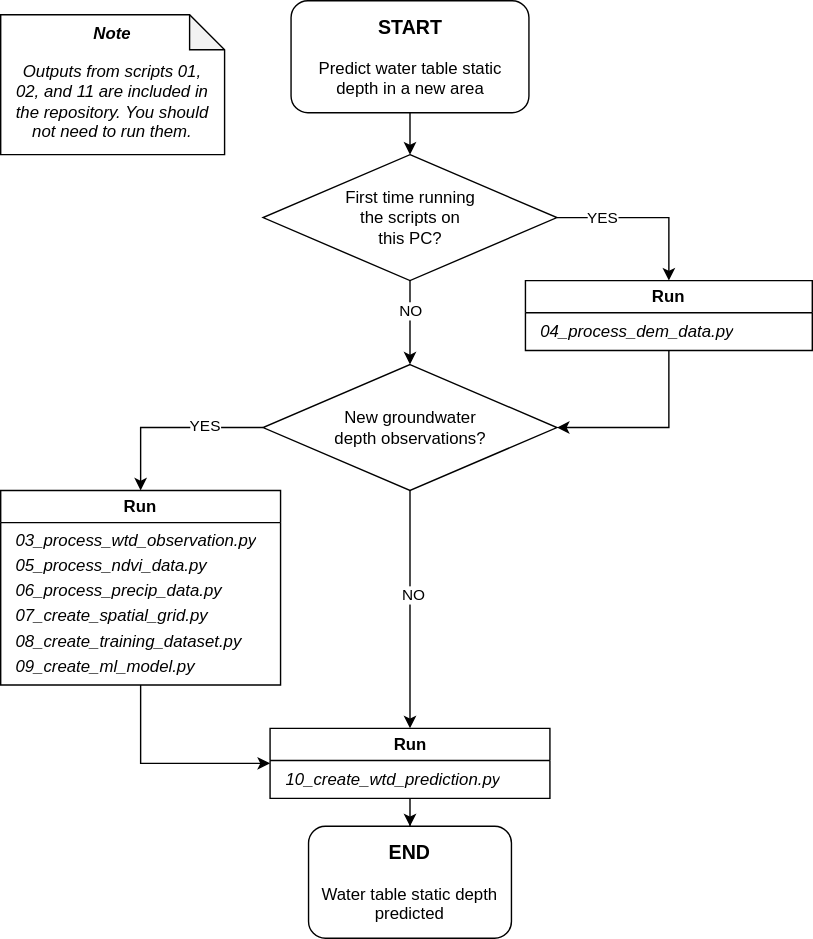
This is docs/chart_scripts_usage.drawio.svg from geo-stack/hydrodepthml, a draw.io export, as it was before one commit. Source tidied: cells renumbered, new cells last; positions are measured from the earlier drawing's top-left corner, leaving out a move shared by most shapes. Its diagram source:
```xml
<mxGraphModel>
  <root>
    <mxCell id="0" />
    <mxCell id="1" parent="0" />
    <mxCell id="2" style="edgeStyle=orthogonalEdgeStyle;rounded=0;jettySize=auto;html=1;exitX=0.5;exitY=1;exitDx=0;exitDy=0;entryX=0.5;entryY=0;entryDx=0;entryDy=0;" parent="1" edge="1" source="4" target="9">
      <mxGeometry relative="1" as="geometry" />
    </mxCell>
    <mxCell id="3" style="edgeStyle=orthogonalEdgeStyle;rounded=0;jettySize=auto;html=1;entryX=1;entryY=0.5;entryDx=0;entryDy=0;exitX=0.5;exitY=1;exitDx=0;exitDy=0;" parent="1" edge="1" source="21" target="12">
      <mxGeometry relative="1" as="geometry" />
    </mxCell>
    <mxCell id="4" value="&lt;b&gt;&lt;font style=&quot;font-size: 14px;&quot;&gt;START&lt;/font&gt;&lt;/b&gt;&lt;div&gt;&lt;br&gt;&lt;/div&gt;&lt;div&gt;Predict water table static&lt;/div&gt;&lt;div&gt;depth in a new area&lt;/div&gt;" style="rounded=1;whiteSpace=wrap;html=1;" parent="1" vertex="1">
      <mxGeometry x="207.5" width="170" height="80" as="geometry" />
    </mxCell>
    <mxCell id="5" style="edgeStyle=orthogonalEdgeStyle;rounded=0;jettySize=auto;html=1;entryX=0.5;entryY=0;entryDx=0;entryDy=0;exitX=1;exitY=0.5;exitDx=0;exitDy=0;" parent="1" edge="1" source="9" target="21">
      <mxGeometry relative="1" as="geometry" />
    </mxCell>
    <mxCell id="6" value="YES" style="edgeLabel;html=1;align=center;verticalAlign=middle;" parent="5" vertex="1">
      <mxGeometry x="-0.49" y="1" relative="1" as="geometry" />
    </mxCell>
    <mxCell id="7" style="edgeStyle=orthogonalEdgeStyle;rounded=0;jettySize=auto;html=1;" parent="1" edge="1" source="9" target="12">
      <mxGeometry relative="1" as="geometry" />
    </mxCell>
    <mxCell id="8" value="NO" style="edgeLabel;html=1;align=center;verticalAlign=middle;" parent="7" vertex="1">
      <mxGeometry x="-0.3" relative="1" as="geometry" />
    </mxCell>
    <mxCell id="9" value="First time running&lt;div&gt;the scripts on&lt;/div&gt;&lt;div&gt;this PC?&lt;/div&gt;" style="rhombus;whiteSpace=wrap;html=1;" parent="1" vertex="1">
      <mxGeometry x="187.5" y="110" width="210" height="90" as="geometry" />
    </mxCell>
    <mxCell id="10" style="edgeStyle=orthogonalEdgeStyle;rounded=0;jettySize=auto;html=1;entryX=0.5;entryY=0;entryDx=0;entryDy=0;" parent="1" edge="1" source="12" target="17">
      <mxGeometry relative="1" as="geometry" />
    </mxCell>
    <mxCell id="11" value="NO" style="edgeLabel;html=1;align=center;verticalAlign=middle;" parent="10" vertex="1">
      <mxGeometry x="-0.13" y="2" relative="1" as="geometry" />
    </mxCell>
    <mxCell id="12" value="New groundwater&lt;div&gt;depth observations?&lt;/div&gt;" style="rhombus;whiteSpace=wrap;html=1;" parent="1" vertex="1">
      <mxGeometry x="187.5" y="260" width="210" height="90" as="geometry" />
    </mxCell>
    <mxCell id="13" style="edgeStyle=orthogonalEdgeStyle;rounded=0;jettySize=auto;html=1;entryX=0;entryY=0.5;entryDx=0;entryDy=0;" parent="1" edge="1" source="14" target="17">
      <mxGeometry relative="1" as="geometry" />
    </mxCell>
    <mxCell id="14" value="Run" style="swimlane;whiteSpace=wrap;html=1;" parent="1" vertex="1">
      <mxGeometry y="350" width="200" height="139" as="geometry" />
    </mxCell>
    <mxCell id="15" value="&lt;div style=&quot;line-height: 150%;&quot;&gt;&lt;div&gt;&lt;i&gt;03_process_wtd_observation.py&lt;/i&gt;&lt;/div&gt;&lt;div&gt;&lt;i&gt;05_process_ndvi_data.py&lt;/i&gt;&lt;/div&gt;&lt;div&gt;&lt;i&gt;06_process_precip_data.py&lt;/i&gt;&lt;/div&gt;&lt;div&gt;&lt;i&gt;07_create_spatial_grid.py&lt;/i&gt;&lt;/div&gt;&lt;div&gt;&lt;i&gt;08_create_training_dataset.py&lt;/i&gt;&lt;/div&gt;&lt;div&gt;&lt;i&gt;09_create_ml_model.py&lt;/i&gt;&lt;/div&gt;&lt;/div&gt;" style="text;strokeColor=none;fillColor=none;align=left;verticalAlign=middle;spacingLeft=4;spacingRight=4;overflow=hidden;whiteSpace=wrap;html=1;" parent="14" vertex="1">
      <mxGeometry x="5" y="21" width="190" height="118" as="geometry" />
    </mxCell>
    <mxCell id="16" style="edgeStyle=orthogonalEdgeStyle;rounded=0;jettySize=auto;html=1;entryX=0.5;entryY=0;entryDx=0;entryDy=0;" parent="1" edge="1" source="17" target="23">
      <mxGeometry relative="1" as="geometry" />
    </mxCell>
    <mxCell id="17" value="Run" style="swimlane;whiteSpace=wrap;html=1;" parent="1" vertex="1">
      <mxGeometry x="192.5" y="520" width="200" height="50" as="geometry" />
    </mxCell>
    <mxCell id="18" value="&lt;div style=&quot;&quot;&gt;&lt;span style=&quot;text-align: center;&quot;&gt;&lt;i&gt;10_create_wtd_prediction.py&lt;/i&gt;&lt;/span&gt;&lt;/div&gt;" style="text;strokeColor=none;fillColor=none;align=left;verticalAlign=middle;spacingLeft=4;spacingRight=4;overflow=hidden;whiteSpace=wrap;html=1;" parent="17" vertex="1">
      <mxGeometry x="5" y="27" width="190" height="20" as="geometry" />
    </mxCell>
    <mxCell id="19" style="edgeStyle=orthogonalEdgeStyle;rounded=0;jettySize=auto;html=1;entryX=0.5;entryY=0;entryDx=0;entryDy=0;exitX=0;exitY=0.5;exitDx=0;exitDy=0;" parent="1" edge="1" source="12" target="14">
      <mxGeometry relative="1" as="geometry" />
    </mxCell>
    <mxCell id="20" value="YES" style="edgeLabel;html=1;align=center;verticalAlign=middle;" parent="19" vertex="1">
      <mxGeometry x="-0.37" y="-2" relative="1" as="geometry" />
    </mxCell>
    <mxCell id="21" value="Run" style="swimlane;whiteSpace=wrap;html=1;" parent="1" vertex="1">
      <mxGeometry x="375" y="200" width="205" height="50" as="geometry" />
    </mxCell>
    <mxCell id="22" value="&lt;div style=&quot;&quot;&gt;&lt;span style=&quot;text-align: center;&quot;&gt;&lt;i&gt;04_process_dem_data.py&lt;/i&gt;&lt;/span&gt;&lt;/div&gt;" style="text;strokeColor=none;fillColor=none;align=left;verticalAlign=middle;spacingLeft=4;spacingRight=4;overflow=hidden;whiteSpace=wrap;html=1;" parent="21" vertex="1">
      <mxGeometry x="5" y="27" width="190" height="20" as="geometry" />
    </mxCell>
    <mxCell id="23" value="&lt;b&gt;&lt;font style=&quot;font-size: 14px;&quot;&gt;END&lt;/font&gt;&lt;/b&gt;&lt;div&gt;&lt;br&gt;&lt;/div&gt;&lt;div&gt;Water table static depth predicted&lt;/div&gt;" style="rounded=1;whiteSpace=wrap;html=1;" parent="1" vertex="1">
      <mxGeometry x="220" y="590" width="145" height="80" as="geometry" />
    </mxCell>
    <mxCell id="24" style="group;" parent="1" vertex="1">
      <mxGeometry y="10" width="160" height="100" as="geometry" />
    </mxCell>
    <mxCell id="25" value="&lt;div&gt;&lt;i&gt;&lt;b&gt;&lt;font&gt;Note&lt;/font&gt;&lt;/b&gt;&lt;/i&gt;&lt;/div&gt;&lt;i&gt;&lt;div&gt;&lt;i&gt;&lt;br&gt;&lt;/i&gt;&lt;/div&gt;&lt;div&gt;&lt;i&gt;&lt;br&gt;&lt;/i&gt;&lt;/div&gt;&lt;div&gt;&lt;i&gt;&lt;br&gt;&lt;/i&gt;&lt;/div&gt;&lt;div&gt;&lt;i&gt;&lt;br&gt;&lt;/i&gt;&lt;/div&gt;&lt;div&gt;&lt;br&gt;&lt;/div&gt;&lt;/i&gt;" style="shape=note;whiteSpace=wrap;html=1;backgroundOutline=1;darkOpacity=0.05;size=25;" parent="24" vertex="1">
      <mxGeometry width="160" height="100" as="geometry" />
    </mxCell>
    <mxCell id="26" value="&lt;i style=&quot;forced-color-adjust: none; color: light-dark(rgb(0, 0, 0), rgb(255, 255, 255)); font-family: Helvetica; font-size: 12px; font-variant-ligatures: normal; font-variant-caps: normal; font-weight: 400; letter-spacing: normal; orphans: 2; text-indent: 0px; text-transform: none; widows: 2; word-spacing: 0px; -webkit-text-stroke-width: 0px; white-space: normal; background-color: transparent; text-decoration-thickness: initial; text-decoration-style: initial; text-decoration-color: initial;&quot;&gt;Outputs from scripts 01, 02, and 11 are included in the repository. You should not need to run them.&lt;/i&gt;" style="text;whiteSpace=wrap;html=1;align=center;" parent="24" vertex="1">
      <mxGeometry x="10" y="27" width="140" height="70" as="geometry" />
    </mxCell>
  </root>
</mxGraphModel>
```
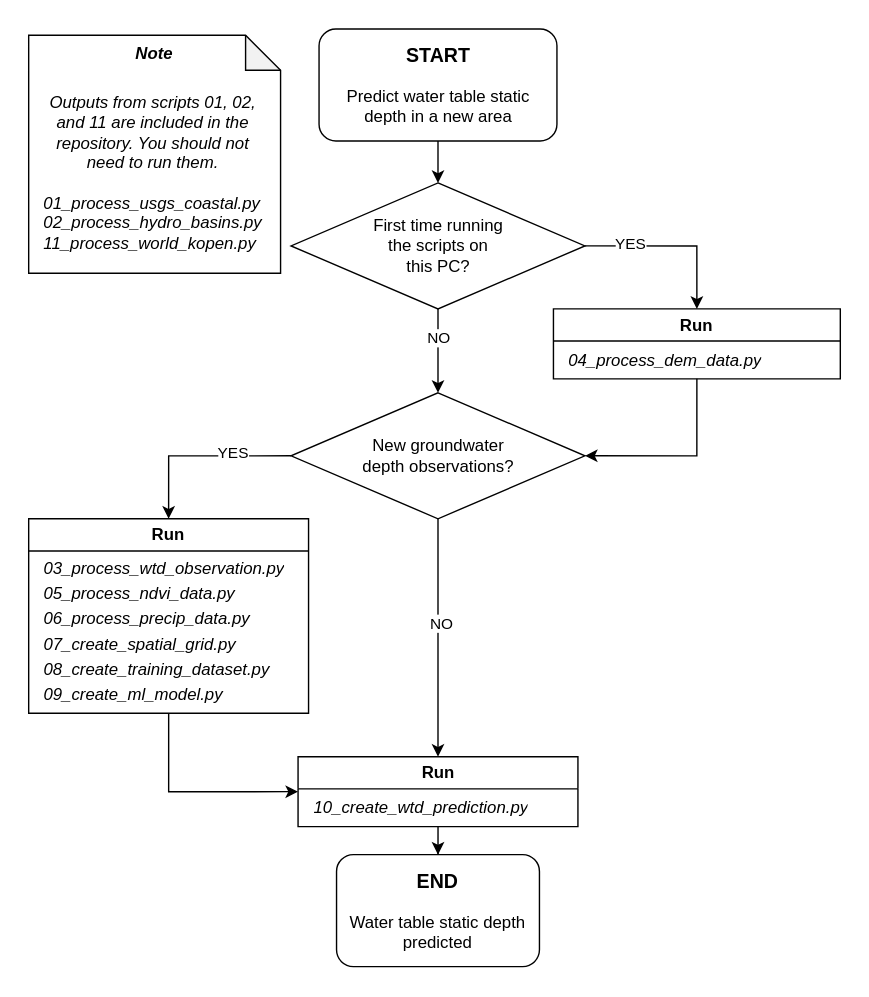
Above is the later version.

Commit message:
Update workflow diagram

Change to the diagram source:
```diff
@@ -14,24 +14,24 @@
     <mxCell id="5" style="edgeStyle=orthogonalEdgeStyle;rounded=0;jettySize=auto;html=1;entryX=0.5;entryY=0;entryDx=0;entryDy=0;exitX=1;exitY=0.5;exitDx=0;exitDy=0;" parent="1" edge="1" source="9" target="21">
       <mxGeometry relative="1" as="geometry" />
     </mxCell>
-    <mxCell id="6" value="YES" style="edgeLabel;html=1;align=center;verticalAlign=middle;" parent="5" vertex="1">
-      <mxGeometry x="-0.49" y="1" relative="1" as="geometry" />
-    </mxCell>
+    <mxCell id="27" value="YES" style="edgeLabel;html=1;align=center;verticalAlign=middle;" parent="5" vertex="1">
+      <mxGeometry x="-0.49" y="1" relative="1" as="geometry" />
+    </mxCell>
     <mxCell id="7" style="edgeStyle=orthogonalEdgeStyle;rounded=0;jettySize=auto;html=1;" parent="1" edge="1" source="9" target="12">
       <mxGeometry relative="1" as="geometry" />
     </mxCell>
-    <mxCell id="8" value="NO" style="edgeLabel;html=1;align=center;verticalAlign=middle;" parent="7" vertex="1">
-      <mxGeometry x="-0.3" relative="1" as="geometry" />
-    </mxCell>
+    <mxCell id="28" value="NO" style="edgeLabel;html=1;align=center;verticalAlign=middle;" parent="7" vertex="1">
+      <mxGeometry x="-0.3" relative="1" as="geometry" />
+    </mxCell>
     <mxCell id="9" value="First time running&lt;div&gt;the scripts on&lt;/div&gt;&lt;div&gt;this PC?&lt;/div&gt;" style="rhombus;whiteSpace=wrap;html=1;" parent="1" vertex="1">
       <mxGeometry x="187.5" y="110" width="210" height="90" as="geometry" />
     </mxCell>
     <mxCell id="10" style="edgeStyle=orthogonalEdgeStyle;rounded=0;jettySize=auto;html=1;entryX=0.5;entryY=0;entryDx=0;entryDy=0;" parent="1" edge="1" source="12" target="17">
       <mxGeometry relative="1" as="geometry" />
     </mxCell>
-    <mxCell id="11" value="NO" style="edgeLabel;html=1;align=center;verticalAlign=middle;" parent="10" vertex="1">
-      <mxGeometry x="-0.13" y="2" relative="1" as="geometry" />
-    </mxCell>
+    <mxCell id="29" value="NO" style="edgeLabel;html=1;align=center;verticalAlign=middle;" parent="10" vertex="1">
+      <mxGeometry x="-0.13" y="2" relative="1" as="geometry" />
+    </mxCell>
     <mxCell id="12" value="New groundwater&lt;div&gt;depth observations?&lt;/div&gt;" style="rhombus;whiteSpace=wrap;html=1;" parent="1" vertex="1">
       <mxGeometry x="187.5" y="260" width="210" height="90" as="geometry" />
     </mxCell>
@@ -56,9 +56,9 @@
     <mxCell id="19" style="edgeStyle=orthogonalEdgeStyle;rounded=0;jettySize=auto;html=1;entryX=0.5;entryY=0;entryDx=0;entryDy=0;exitX=0;exitY=0.5;exitDx=0;exitDy=0;" parent="1" edge="1" source="12" target="14">
       <mxGeometry relative="1" as="geometry" />
     </mxCell>
-    <mxCell id="20" value="YES" style="edgeLabel;html=1;align=center;verticalAlign=middle;" parent="19" vertex="1">
-      <mxGeometry x="-0.37" y="-2" relative="1" as="geometry" />
-    </mxCell>
+    <mxCell id="30" value="YES" style="edgeLabel;html=1;align=center;verticalAlign=middle;" parent="19" vertex="1">
+      <mxGeometry x="-0.37" y="-2" relative="1" as="geometry" />
+    </mxCell>
     <mxCell id="21" value="Run" style="swimlane;whiteSpace=wrap;html=1;" parent="1" vertex="1">
       <mxGeometry x="375" y="200" width="205" height="50" as="geometry" />
     </mxCell>
@@ -68,14 +68,14 @@
     <mxCell id="23" value="&lt;b&gt;&lt;font style=&quot;font-size: 14px;&quot;&gt;END&lt;/font&gt;&lt;/b&gt;&lt;div&gt;&lt;br&gt;&lt;/div&gt;&lt;div&gt;Water table static depth predicted&lt;/div&gt;" style="rounded=1;whiteSpace=wrap;html=1;" parent="1" vertex="1">
       <mxGeometry x="220" y="590" width="145" height="80" as="geometry" />
     </mxCell>
-    <mxCell id="24" style="group;" parent="1" vertex="1">
-      <mxGeometry y="10" width="160" height="100" as="geometry" />
-    </mxCell>
+    <mxCell id="31" style="group;" parent="1" vertex="1">
+      <mxGeometry width="180" height="220" as="geometry" />
+    </mxCell>
-    <mxCell id="25" value="&lt;div&gt;&lt;i&gt;&lt;b&gt;&lt;font&gt;Note&lt;/font&gt;&lt;/b&gt;&lt;/i&gt;&lt;/div&gt;&lt;i&gt;&lt;div&gt;&lt;i&gt;&lt;br&gt;&lt;/i&gt;&lt;/div&gt;&lt;div&gt;&lt;i&gt;&lt;br&gt;&lt;/i&gt;&lt;/div&gt;&lt;div&gt;&lt;i&gt;&lt;br&gt;&lt;/i&gt;&lt;/div&gt;&lt;div&gt;&lt;i&gt;&lt;br&gt;&lt;/i&gt;&lt;/div&gt;&lt;div&gt;&lt;br&gt;&lt;/div&gt;&lt;/i&gt;" style="shape=note;whiteSpace=wrap;html=1;backgroundOutline=1;darkOpacity=0.05;size=25;" parent="24" vertex="1">
-      <mxGeometry width="160" height="100" as="geometry" />
+    <mxCell id="25" value="&lt;div&gt;&lt;i&gt;&lt;b&gt;&lt;font&gt;Note&lt;/font&gt;&lt;/b&gt;&lt;/i&gt;&lt;/div&gt;&lt;i&gt;&lt;div&gt;&lt;i&gt;&lt;br&gt;&lt;/i&gt;&lt;/div&gt;&lt;div&gt;&lt;i&gt;&lt;br&gt;&lt;/i&gt;&lt;/div&gt;&lt;div&gt;&lt;i&gt;&lt;br&gt;&lt;/i&gt;&lt;/div&gt;&lt;div&gt;&lt;i&gt;&lt;br&gt;&lt;/i&gt;&lt;/div&gt;&lt;div&gt;&lt;i&gt;&lt;br&gt;&lt;/i&gt;&lt;/div&gt;&lt;div&gt;&lt;i&gt;&lt;br&gt;&lt;/i&gt;&lt;/div&gt;&lt;div&gt;&lt;i&gt;&lt;br&gt;&lt;/i&gt;&lt;/div&gt;&lt;div&gt;&lt;i&gt;&lt;br&gt;&lt;/i&gt;&lt;/div&gt;&lt;div&gt;&lt;i&gt;&lt;br&gt;&lt;/i&gt;&lt;/div&gt;&lt;div&gt;&lt;br&gt;&lt;/div&gt;&lt;/i&gt;" style="shape=note;whiteSpace=wrap;html=1;backgroundOutline=1;darkOpacity=0.05;size=25;" parent="31" vertex="1">
+      <mxGeometry y="4.5" width="180" height="170" as="geometry" />
     </mxCell>
-    <mxCell id="26" value="&lt;i style=&quot;forced-color-adjust: none; color: light-dark(rgb(0, 0, 0), rgb(255, 255, 255)); font-family: Helvetica; font-size: 12px; font-variant-ligatures: normal; font-variant-caps: normal; font-weight: 400; letter-spacing: normal; orphans: 2; text-indent: 0px; text-transform: none; widows: 2; word-spacing: 0px; -webkit-text-stroke-width: 0px; white-space: normal; background-color: transparent; text-decoration-thickness: initial; text-decoration-style: initial; text-decoration-color: initial;&quot;&gt;Outputs from scripts 01, 02, and 11 are included in the repository. You should not need to run them.&lt;/i&gt;" style="text;whiteSpace=wrap;html=1;align=center;" parent="24" vertex="1">
-      <mxGeometry x="10" y="27" width="140" height="70" as="geometry" />
-    </mxCell>
+    <mxCell id="32" value="&lt;i style=&quot;forced-color-adjust: none; color: light-dark(rgb(0, 0, 0), rgb(255, 255, 255)); font-family: Helvetica; font-size: 12px; font-variant-ligatures: normal; font-variant-caps: normal; font-weight: 400; letter-spacing: normal; orphans: 2; text-indent: 0px; text-transform: none; widows: 2; word-spacing: 0px; -webkit-text-stroke-width: 0px; white-space: normal; background-color: transparent; text-decoration-thickness: initial; text-decoration-style: initial; text-decoration-color: initial;&quot;&gt;Outputs from scripts 01, 02, and 11 are included in the repository. You should not need to run them.&lt;/i&gt;&lt;div&gt;&lt;br&gt;&lt;/div&gt;&lt;div style=&quot;text-align: left;&quot;&gt;&lt;i&gt;01_process_usgs_coastal.py&lt;/i&gt;&lt;/div&gt;&lt;div style=&quot;text-align: left;&quot;&gt;&lt;i&gt;02_process_hydro_basins.py&lt;/i&gt;&lt;/div&gt;&lt;div style=&quot;text-align: left;&quot;&gt;&lt;i&gt;11_process_world_kopen.py&lt;/i&gt;&lt;/div&gt;" style="text;whiteSpace=wrap;html=1;align=center;" parent="31" vertex="1">
+      <mxGeometry x="10.2" y="39" width="157.5" height="119" as="geometry" />
+    </mxCell>
   </root>
 </mxGraphModel>
```
